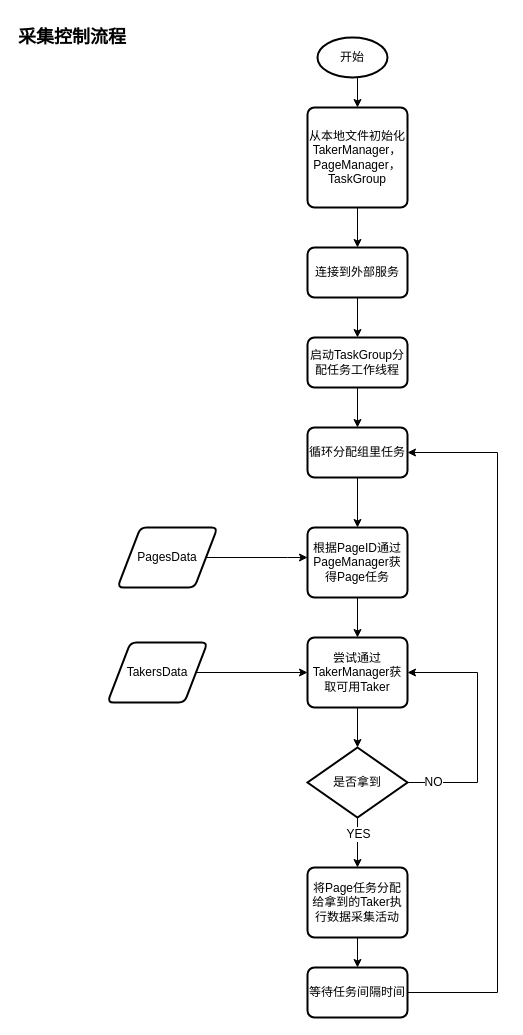
Above: page "采集控制流程" (1 of 2) of 流程图.drawio in AugustusGao/CommonReptile (draw.io), before the change. Source tidied: cells renumbered, new cells numbered last; positions are measured from the earlier drawing's top-left corner, leaving out a move shared by most shapes. Both pictures are drawn from the tidied source at 100%, with x=0, y=0 at pixel (17, 17).
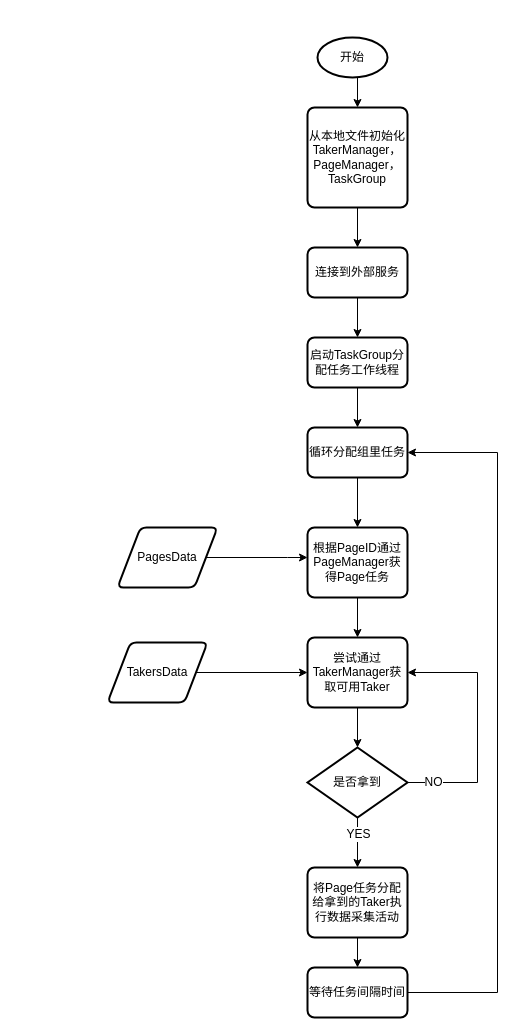
The same diagram, later.

The edit, as a diff of the source:
```diff
@@
-    <mxCell id="29" value="采集控制流程" style="text;html=1;strokeColor=none;fillColor=none;align=center;verticalAlign=middle;whiteSpace=wrap;rounded=0;fontStyle=1;fontSize=18;" parent="1" vertex="1">
-      <mxGeometry width="110" height="40" as="geometry" />
-    </mxCell>
```
